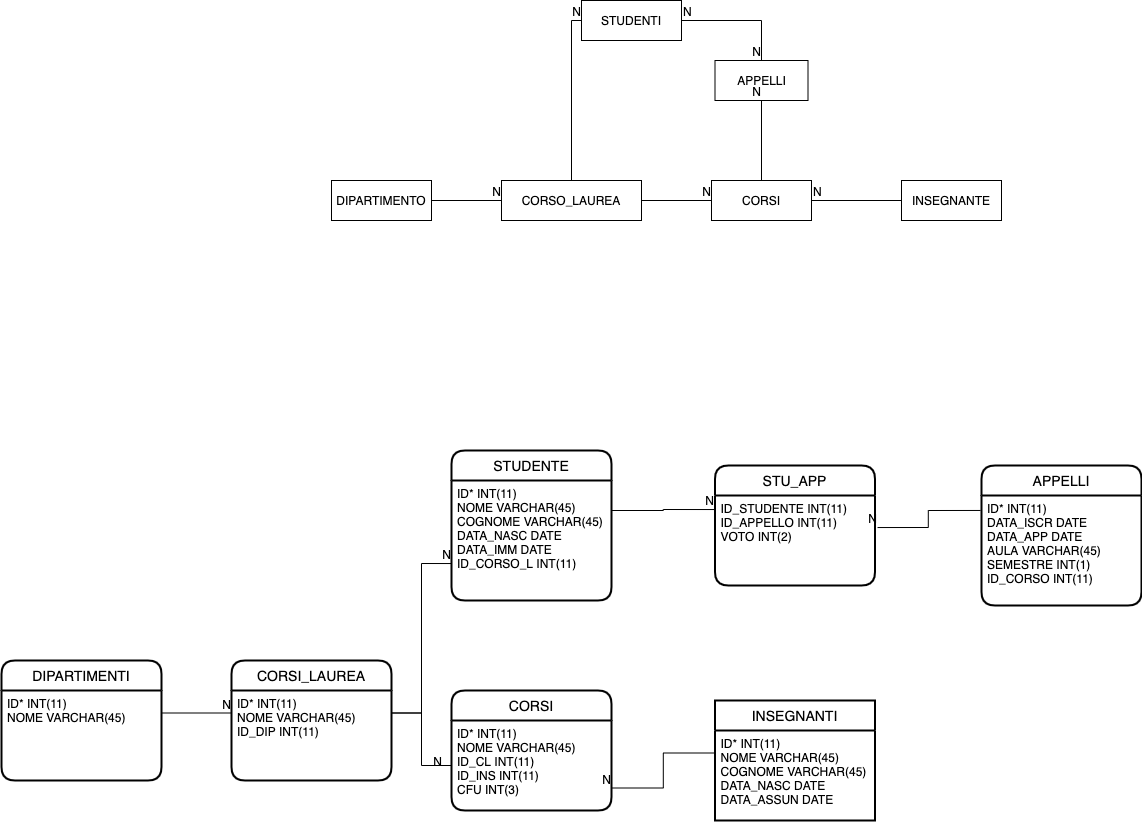
templarec/db-university keeps this draw.io diagram as db-university.png. Above is the earlier version. Source tidied: cells renumbered, new cells last; positions are measured from the earlier drawing's top-left corner, leaving out a move shared by most shapes.
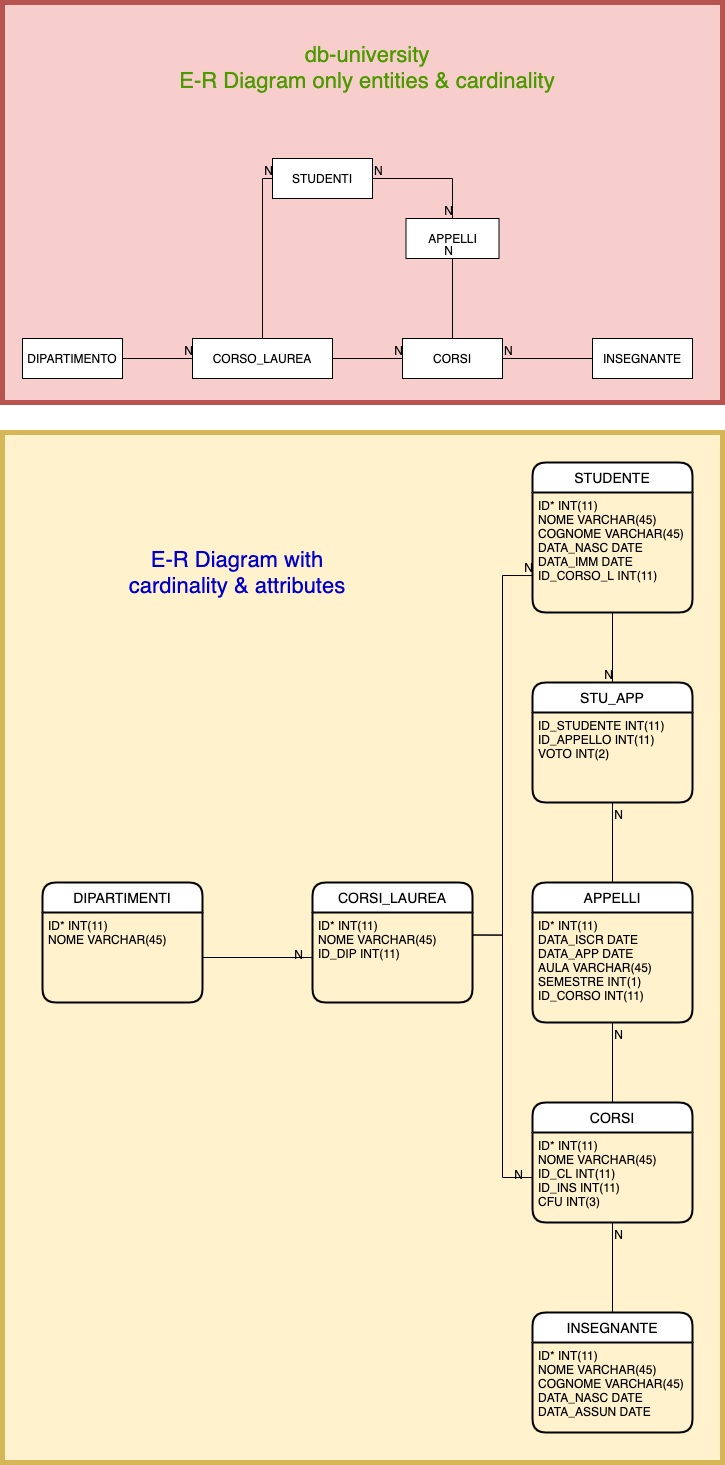
The same diagram one commit later.

The edit, as a diff of the source:
```diff
@@ -2,65 +2,65 @@
   <root>
     <mxCell id="0" />
     <mxCell id="1" parent="0" />
+    <mxCell id="48" style="rounded=0;whiteSpace=wrap;html=1;shadow=0;glass=0;comic=0;sketch=0;strokeWidth=5;fillColor=#fff2cc;strokeColor=#d6b656;" parent="1" vertex="1">
+      <mxGeometry x="20" y="-170" width="720" height="1030" as="geometry" />
+    </mxCell>
+    <mxCell id="49" style="rounded=0;whiteSpace=wrap;html=1;shadow=0;glass=0;comic=0;sketch=0;fillColor=#f8cecc;strokeWidth=5;strokeColor=#b85450;" parent="1" vertex="1">
+      <mxGeometry x="20" y="-600" width="720" height="400" as="geometry" />
+    </mxCell>
     <mxCell id="2" value="DIPARTIMENTI" style="swimlane;horizontal=1;startSize=30;rounded=1;fontSize=14;fontStyle=0;strokeWidth=2;shadow=0;dashed=0;align=center;" parent="1" vertex="1">
-      <mxGeometry y="660" width="160" height="120" as="geometry" />
+      <mxGeometry x="60" y="280" width="160" height="120" as="geometry" />
     </mxCell>
     <mxCell id="3" value="ID* INT(11)&#10;NOME VARCHAR(45)&#10;" style="align=left;strokeColor=none;fillColor=none;spacingLeft=4;fontSize=12;verticalAlign=top;" parent="2" vertex="1">
       <mxGeometry y="30" width="160" height="90" as="geometry" />
     </mxCell>
     <mxCell id="4" value="CORSI_LAUREA" style="swimlane;horizontal=1;startSize=30;rounded=1;fontSize=14;fontStyle=0;strokeWidth=2;shadow=0;dashed=0;align=center;" parent="1" vertex="1">
-      <mxGeometry x="230" y="660" width="160" height="120" as="geometry" />
+      <mxGeometry x="330" y="280" width="160" height="120" as="geometry" />
     </mxCell>
     <mxCell id="5" value="ID* INT(11)&#10;NOME VARCHAR(45)&#10;ID_DIP INT(11)" style="align=left;strokeColor=none;fillColor=none;spacingLeft=4;fontSize=12;verticalAlign=top;" parent="4" vertex="1">
       <mxGeometry y="30" width="160" height="90" as="geometry" />
     </mxCell>
     <mxCell id="6" value="CORSI" style="swimlane;horizontal=1;startSize=30;rounded=1;fontSize=14;fontStyle=0;strokeWidth=2;shadow=0;dashed=0;align=center;" parent="1" vertex="1">
-      <mxGeometry x="450" y="690" width="160" height="120" as="geometry" />
+      <mxGeometry x="550" y="500" width="160" height="120" as="geometry" />
     </mxCell>
     <mxCell id="7" value="ID* INT(11)&#10;NOME VARCHAR(45)&#10;ID_CL INT(11)&#10;ID_INS INT(11)&#10;CFU INT(3)" style="align=left;strokeColor=none;fillColor=none;spacingLeft=4;fontSize=12;verticalAlign=top;" parent="6" vertex="1">
       <mxGeometry y="30" width="160" height="90" as="geometry" />
     </mxCell>
-    <mxCell id="8" value="INSEGNANTI" style="swimlane;horizontal=1;startSize=30;rounded=1;fontSize=14;fontStyle=0;strokeWidth=2;shadow=0;dashed=0;align=center;arcSize=0;" parent="1" vertex="1">
-      <mxGeometry x="713.5" y="700" width="160" height="120" as="geometry" />
-    </mxCell>
-    <mxCell id="9" value="ID* INT(11)&#10;NOME VARCHAR(45)&#10;COGNOME VARCHAR(45)&#10;DATA_NASC DATE&#10;DATA_ASSUN DATE" style="align=left;strokeColor=none;fillColor=none;spacingLeft=4;fontSize=12;verticalAlign=top;" parent="8" vertex="1">
-      <mxGeometry y="30" width="160" height="90" as="geometry" />
-    </mxCell>
     <mxCell id="10" value="APPELLI" style="swimlane;horizontal=1;startSize=30;rounded=1;fontSize=14;fontStyle=0;strokeWidth=2;shadow=0;dashed=0;align=center;" parent="1" vertex="1">
-      <mxGeometry x="980" y="465" width="160" height="140" as="geometry" />
+      <mxGeometry x="550" y="280" width="160" height="140" as="geometry" />
     </mxCell>
     <mxCell id="11" value="ID* INT(11)&#10;DATA_ISCR DATE&#10;DATA_APP DATE&#10;AULA VARCHAR(45)&#10;SEMESTRE INT(1)&#10;ID_CORSO INT(11)&#10;" style="align=left;strokeColor=none;fillColor=none;spacingLeft=4;fontSize=12;verticalAlign=top;" parent="10" vertex="1">
       <mxGeometry y="30" width="160" height="110" as="geometry" />
     </mxCell>
     <mxCell id="12" value="STUDENTE" style="swimlane;horizontal=1;startSize=30;rounded=1;fontSize=14;fontStyle=0;strokeWidth=2;shadow=0;dashed=0;align=center;" parent="1" vertex="1">
-      <mxGeometry x="450" y="450" width="160" height="150" as="geometry" />
+      <mxGeometry x="550" y="-140" width="160" height="150" as="geometry" />
     </mxCell>
     <mxCell id="13" value="ID* INT(11)&#10;NOME VARCHAR(45)&#10;COGNOME VARCHAR(45)&#10;DATA_NASC DATE&#10;DATA_IMM DATE&#10;ID_CORSO_L INT(11)" style="align=left;strokeColor=none;fillColor=none;spacingLeft=4;fontSize=12;verticalAlign=top;" parent="12" vertex="1">
       <mxGeometry y="30" width="160" height="120" as="geometry" />
     </mxCell>
     <mxCell id="14" value="STU_APP" style="swimlane;horizontal=1;startSize=30;rounded=1;fontSize=14;fontStyle=0;strokeWidth=2;shadow=0;dashed=0;align=center;" parent="1" vertex="1">
-      <mxGeometry x="713.5" y="465" width="160" height="120" as="geometry" />
+      <mxGeometry x="550" y="80" width="160" height="120" as="geometry" />
     </mxCell>
     <mxCell id="15" value="ID_STUDENTE INT(11)&#10;ID_APPELLO INT(11)&#10;VOTO INT(2)" style="align=left;strokeColor=none;fillColor=none;spacingLeft=4;fontSize=12;verticalAlign=top;" parent="14" vertex="1">
       <mxGeometry y="30" width="160" height="90" as="geometry" />
     </mxCell>
     <mxCell id="16" value="DIPARTIMENTO" style="whiteSpace=wrap;html=1;align=center;" parent="1" vertex="1">
-      <mxGeometry x="330" y="180" width="100" height="40" as="geometry" />
+      <mxGeometry x="40" y="-264" width="100" height="40" as="geometry" />
     </mxCell>
     <mxCell id="17" value="CORSO_LAUREA" style="whiteSpace=wrap;html=1;align=center;" parent="1" vertex="1">
-      <mxGeometry x="500" y="180" width="140" height="40" as="geometry" />
+      <mxGeometry x="210" y="-264" width="140" height="40" as="geometry" />
     </mxCell>
     <mxCell id="18" value="CORSI" style="whiteSpace=wrap;html=1;align=center;" parent="1" vertex="1">
-      <mxGeometry x="710" y="180" width="100" height="40" as="geometry" />
+      <mxGeometry x="420" y="-264" width="100" height="40" as="geometry" />
     </mxCell>
     <mxCell id="19" value="APPELLI" style="whiteSpace=wrap;html=1;align=center;" parent="1" vertex="1">
-      <mxGeometry x="713.5" y="60" width="93" height="40" as="geometry" />
+      <mxGeometry x="423.5" y="-384" width="93" height="40" as="geometry" />
     </mxCell>
     <mxCell id="20" value="STUDENTI" style="whiteSpace=wrap;html=1;align=center;" parent="1" vertex="1">
-      <mxGeometry x="580" width="100" height="40" as="geometry" />
+      <mxGeometry x="290" y="-444" width="100" height="40" as="geometry" />
     </mxCell>
     <mxCell id="21" value="INSEGNANTE" style="whiteSpace=wrap;html=1;align=center;" parent="1" vertex="1">
-      <mxGeometry x="900" y="180" width="100" height="40" as="geometry" />
+      <mxGeometry x="610" y="-264" width="100" height="40" as="geometry" />
     </mxCell>
     <mxCell id="22" style="endArrow=none;html=1;rounded=0;edgeStyle=orthogonalEdgeStyle;exitX=1;exitY=0.5;exitDx=0;exitDy=0;entryX=0;entryY=0.5;entryDx=0;entryDy=0;" parent="1" edge="1" source="16" target="17">
       <mxGeometry relative="1" as="geometry" />
@@ -95,29 +95,35 @@
     <mxCell id="32" value="N" style="html=1;align=right;verticalAlign=bottom;" parent="31" vertex="1">
       <mxGeometry x="1" relative="1" as="geometry" />
     </mxCell>
-    <mxCell id="33" style="endArrow=none;html=1;rounded=0;edgeStyle=orthogonalEdgeStyle;entryX=1;entryY=0.75;entryDx=0;entryDy=0;exitX=0;exitY=0.25;exitDx=0;exitDy=0;" parent="1" edge="1" source="9" target="7">
+    <mxCell id="33" style="endArrow=none;html=1;rounded=0;edgeStyle=orthogonalEdgeStyle;entryX=0.5;entryY=1;entryDx=0;entryDy=0;exitX=0.5;exitY=0;exitDx=0;exitDy=0;" parent="1" edge="1" source="52" target="7">
       <mxGeometry relative="1" as="geometry" />
     </mxCell>
     <mxCell id="34" value="N" style="html=1;align=right;verticalAlign=bottom;" parent="33" vertex="1">
-      <mxGeometry x="1" relative="1" as="geometry" />
+      <mxGeometry x="1" relative="1" as="geometry">
+        <mxPoint x="10" y="20" as="offset" />
+      </mxGeometry>
     </mxCell>
-    <mxCell id="35" style="endArrow=none;html=1;rounded=0;edgeStyle=orthogonalEdgeStyle;exitX=1;exitY=0.25;exitDx=0;exitDy=0;entryX=-0.006;entryY=0.156;entryDx=0;entryDy=0;entryPerimeter=0;" parent="1" edge="1" source="13" target="15">
+    <mxCell id="35" style="endArrow=none;html=1;rounded=0;edgeStyle=orthogonalEdgeStyle;exitX=0.5;exitY=1;exitDx=0;exitDy=0;entryX=0.5;entryY=0;entryDx=0;entryDy=0;" parent="1" edge="1" source="13" target="14">
       <mxGeometry relative="1" as="geometry" />
     </mxCell>
     <mxCell id="36" value="N" style="html=1;align=right;verticalAlign=bottom;" parent="35" vertex="1">
       <mxGeometry x="1" relative="1" as="geometry" />
     </mxCell>
-    <mxCell id="37" style="endArrow=none;html=1;rounded=0;edgeStyle=orthogonalEdgeStyle;exitX=-0.006;exitY=0.136;exitDx=0;exitDy=0;entryX=1.016;entryY=0.356;entryDx=0;entryDy=0;entryPerimeter=0;exitPerimeter=0;" parent="1" edge="1" source="11" target="15">
+    <mxCell id="37" style="endArrow=none;html=1;rounded=0;edgeStyle=orthogonalEdgeStyle;exitX=0.5;exitY=0;exitDx=0;exitDy=0;entryX=0.5;entryY=1;entryDx=0;entryDy=0;" parent="1" edge="1" source="10" target="15">
       <mxGeometry relative="1" as="geometry" />
     </mxCell>
     <mxCell id="38" value="N" style="html=1;align=right;verticalAlign=bottom;" parent="37" vertex="1">
-      <mxGeometry x="1" relative="1" as="geometry" />
+      <mxGeometry x="1" relative="1" as="geometry">
+        <mxPoint x="10" y="20" as="offset" />
+      </mxGeometry>
     </mxCell>
-    <mxCell id="39" style="endArrow=none;html=1;rounded=0;edgeStyle=orthogonalEdgeStyle;exitX=1;exitY=0.25;exitDx=0;exitDy=0;entryX=0;entryY=0.25;entryDx=0;entryDy=0;" parent="1" edge="1" source="3" target="5">
+    <mxCell id="39" style="endArrow=none;html=1;rounded=0;edgeStyle=orthogonalEdgeStyle;exitX=1;exitY=0.5;exitDx=0;exitDy=0;entryX=0;entryY=0.5;entryDx=0;entryDy=0;" parent="1" edge="1" source="3" target="5">
       <mxGeometry relative="1" as="geometry" />
     </mxCell>
     <mxCell id="40" value="N" style="html=1;align=right;verticalAlign=bottom;" parent="39" vertex="1">
-      <mxGeometry x="1" relative="1" as="geometry" />
+      <mxGeometry x="1" relative="1" as="geometry">
+        <mxPoint x="-10" y="5" as="offset" />
+      </mxGeometry>
     </mxCell>
     <mxCell id="41" style="endArrow=none;html=1;rounded=0;edgeStyle=orthogonalEdgeStyle;exitX=1;exitY=0.25;exitDx=0;exitDy=0;entryX=0;entryY=0.692;entryDx=0;entryDy=0;entryPerimeter=0;" parent="1" edge="1" source="5" target="13">
       <mxGeometry relative="1" as="geometry" />
@@ -142,5 +148,25 @@
     <mxCell id="47" value="N" style="html=1;align=right;verticalAlign=bottom;" parent="45" vertex="1">
       <mxGeometry x="1" relative="1" as="geometry" />
     </mxCell>
+    <mxCell id="50" style="endArrow=none;html=1;rounded=0;edgeStyle=orthogonalEdgeStyle;exitX=0.5;exitY=0;exitDx=0;exitDy=0;entryX=0.5;entryY=1;entryDx=0;entryDy=0;" parent="1" edge="1" source="6" target="11">
+      <mxGeometry relative="1" as="geometry" />
+    </mxCell>
+    <mxCell id="51" value="N" style="html=1;align=right;verticalAlign=bottom;" parent="50" vertex="1">
+      <mxGeometry x="1" relative="1" as="geometry">
+        <mxPoint x="10" y="20" as="offset" />
+      </mxGeometry>
+    </mxCell>
+    <mxCell id="52" value="INSEGNANTE" style="swimlane;horizontal=1;startSize=30;rounded=1;fontSize=14;fontStyle=0;strokeWidth=2;shadow=0;dashed=0;align=center;glass=0;comic=0;sketch=0;" parent="1" vertex="1">
+      <mxGeometry x="550" y="710" width="160" height="120" as="geometry" />
+    </mxCell>
+    <mxCell id="9" value="ID* INT(11)&#10;NOME VARCHAR(45)&#10;COGNOME VARCHAR(45)&#10;DATA_NASC DATE&#10;DATA_ASSUN DATE" style="align=left;strokeColor=none;fillColor=none;spacingLeft=4;fontSize=12;verticalAlign=top;" parent="52" vertex="1">
+      <mxGeometry y="30" width="160" height="90" as="geometry" />
+    </mxCell>
+    <mxCell id="53" value="&lt;font style=&quot;font-size: 22px&quot; color=&quot;#4d9900&quot;&gt;db-university&lt;br&gt;E-R Diagram only entities &amp;amp; cardinality&lt;/font&gt;" style="text;html=1;strokeColor=none;fillColor=none;align=center;verticalAlign=middle;whiteSpace=wrap;rounded=0;shadow=0;glass=0;comic=0;sketch=0;" parent="1" vertex="1">
+      <mxGeometry x="70" y="-590" width="630" height="110" as="geometry" />
+    </mxCell>
+    <mxCell id="54" value="&lt;font style=&quot;font-size: 22px&quot; color=&quot;#0000cc&quot;&gt;E-R Diagram with cardinality &amp;amp; attributes&lt;/font&gt;" style="text;html=1;strokeColor=none;fillColor=none;align=center;verticalAlign=middle;whiteSpace=wrap;rounded=0;shadow=0;glass=0;comic=0;sketch=0;" parent="1" vertex="1">
+      <mxGeometry x="120" y="-140" width="270" height="220" as="geometry" />
+    </mxCell>
   </root>
 </mxGraphModel>
```
